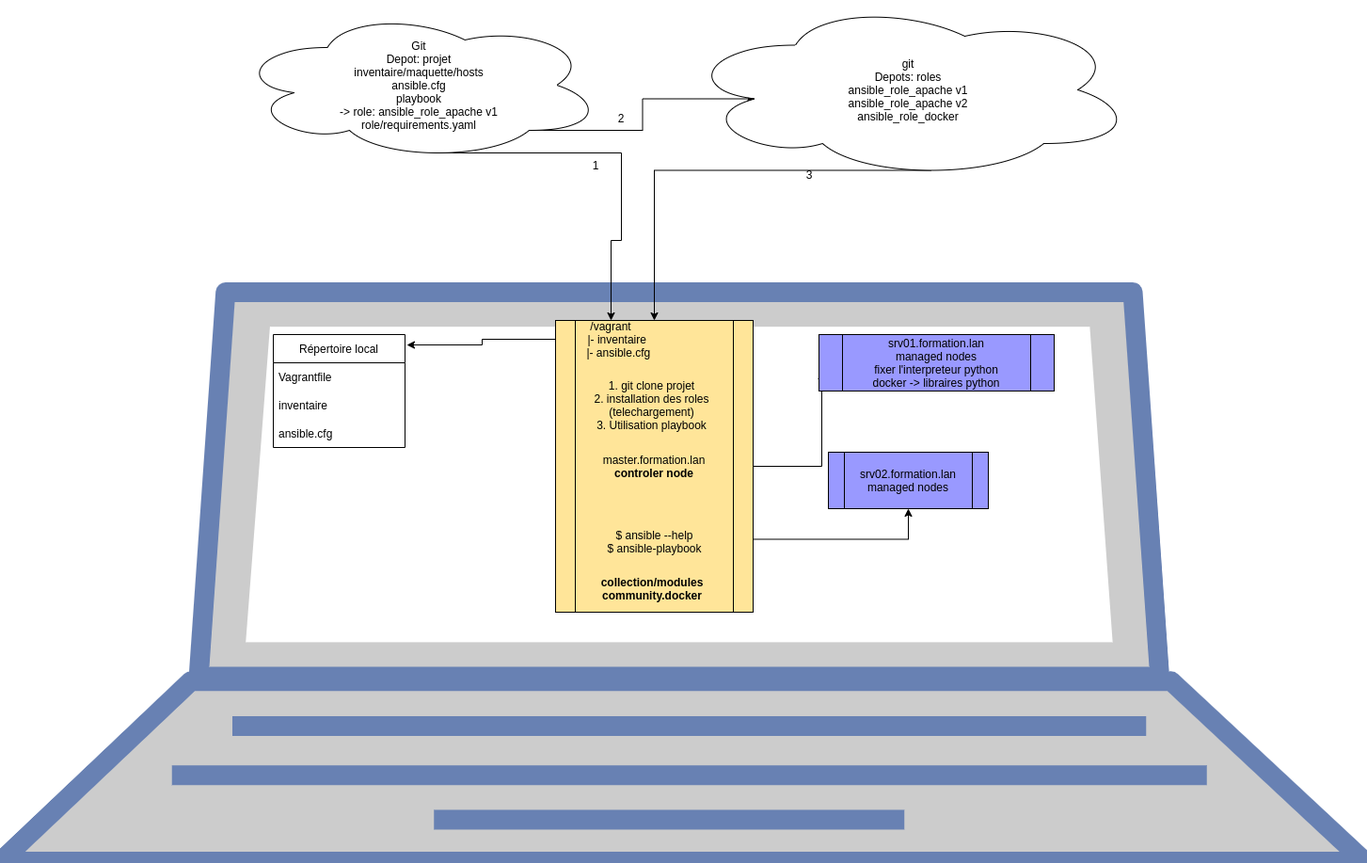
Before: Maquette_vagrant_ansible.png, a diagram exported from draw.io (alain01/ansible-formation). Source tidied: cells renumbered, new cells last; positions are measured from the earlier drawing's top-left corner, leaving out a move shared by most shapes.
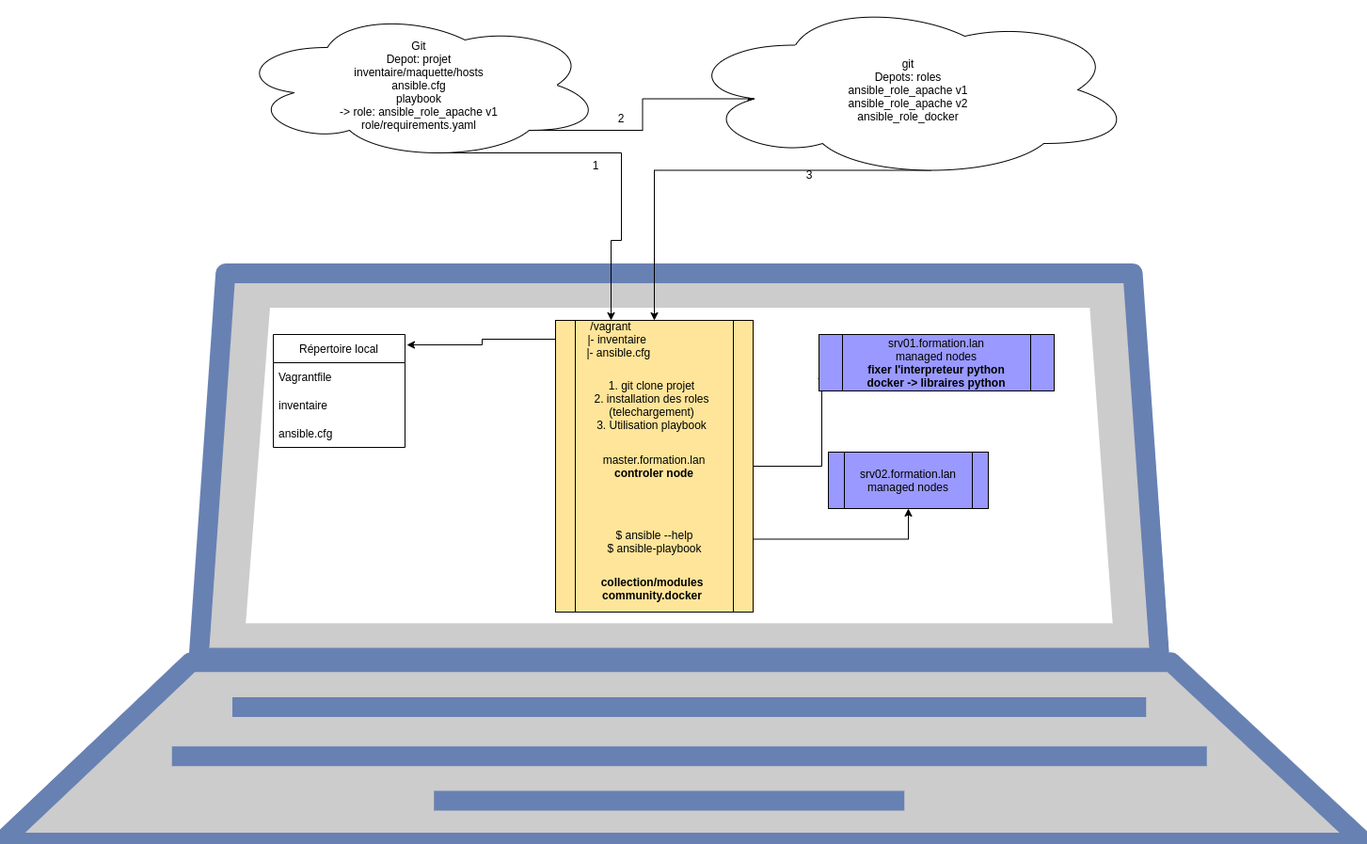
Above is the later version.

The edit, as a diff of the source:
```diff
@@ -3,7 +3,7 @@
     <mxCell id="0" />
     <mxCell id="1" parent="0" />
     <mxCell id="2" style="fontColor=#0066CC;verticalAlign=top;verticalLabelPosition=bottom;labelPosition=center;align=center;html=1;fillColor=#CCCCCC;strokeColor=#6881B3;gradientColor=none;gradientDirection=north;strokeWidth=2;shape=mxgraph.networks.laptop;" parent="1" vertex="1">
-      <mxGeometry y="310" width="1450" height="605" as="geometry" />
+      <mxGeometry y="290" width="1450" height="605" as="geometry" />
     </mxCell>
     <mxCell id="3" style="edgeStyle=orthogonalEdgeStyle;rounded=0;jettySize=auto;html=1;exitX=1;exitY=0.5;exitDx=0;exitDy=0;entryX=0.012;entryY=0.65;entryDx=0;entryDy=0;entryPerimeter=0;" parent="1" edge="1" target="5">
       <mxGeometry relative="1" as="geometry">
@@ -15,7 +15,7 @@
         <mxPoint x="800" y="572.5" as="sourcePoint" />
       </mxGeometry>
     </mxCell>
-    <mxCell id="5" value="srv01.formation.lan&lt;br&gt;managed nodes&lt;br&gt;fixer l'interpreteur python&lt;br&gt;docker -&amp;gt; libraires python" style="shape=process;whiteSpace=wrap;html=1;backgroundOutline=1;fillColor=#9999FF;" parent="1" vertex="1">
+    <mxCell id="5" value="srv01.formation.lan&lt;br&gt;managed nodes&lt;br&gt;&lt;b&gt;fixer l'interpreteur python&lt;br&gt;docker -&amp;gt; libraires python&lt;/b&gt;" style="shape=process;whiteSpace=wrap;html=1;backgroundOutline=1;fillColor=#9999FF;" parent="1" vertex="1">
       <mxGeometry x="870" y="355" width="250" height="60" as="geometry" />
     </mxCell>
     <mxCell id="6" value="srv02.formation.lan&lt;br&gt;managed nodes" style="shape=process;whiteSpace=wrap;html=1;backgroundOutline=1;fillColor=#9999FF;" parent="1" vertex="1">
```
